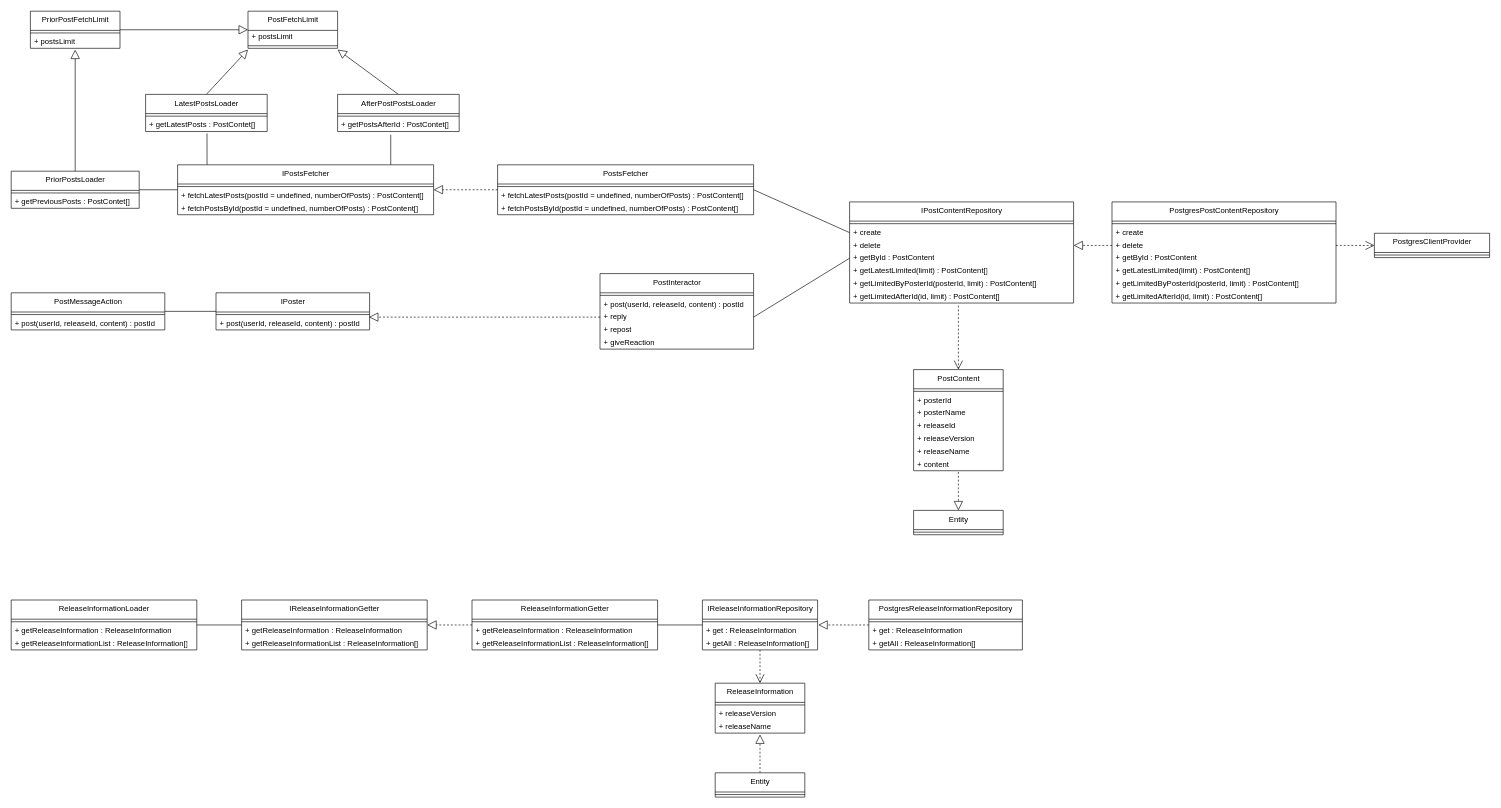
This is page "PostModule" (5 of 7) of project-designs/class-diagrams/ff14-sns.drawio from Mouwf/FF14SNS, a draw.io file, before an edit. Source tidied: cells renumbered, new cells numbered last; positions are measured from the earlier drawing's top-left corner, leaving out a move shared by most shapes. Both pictures are drawn from the tidied source at 64%, with x=0, y=0 at pixel (11, 11).
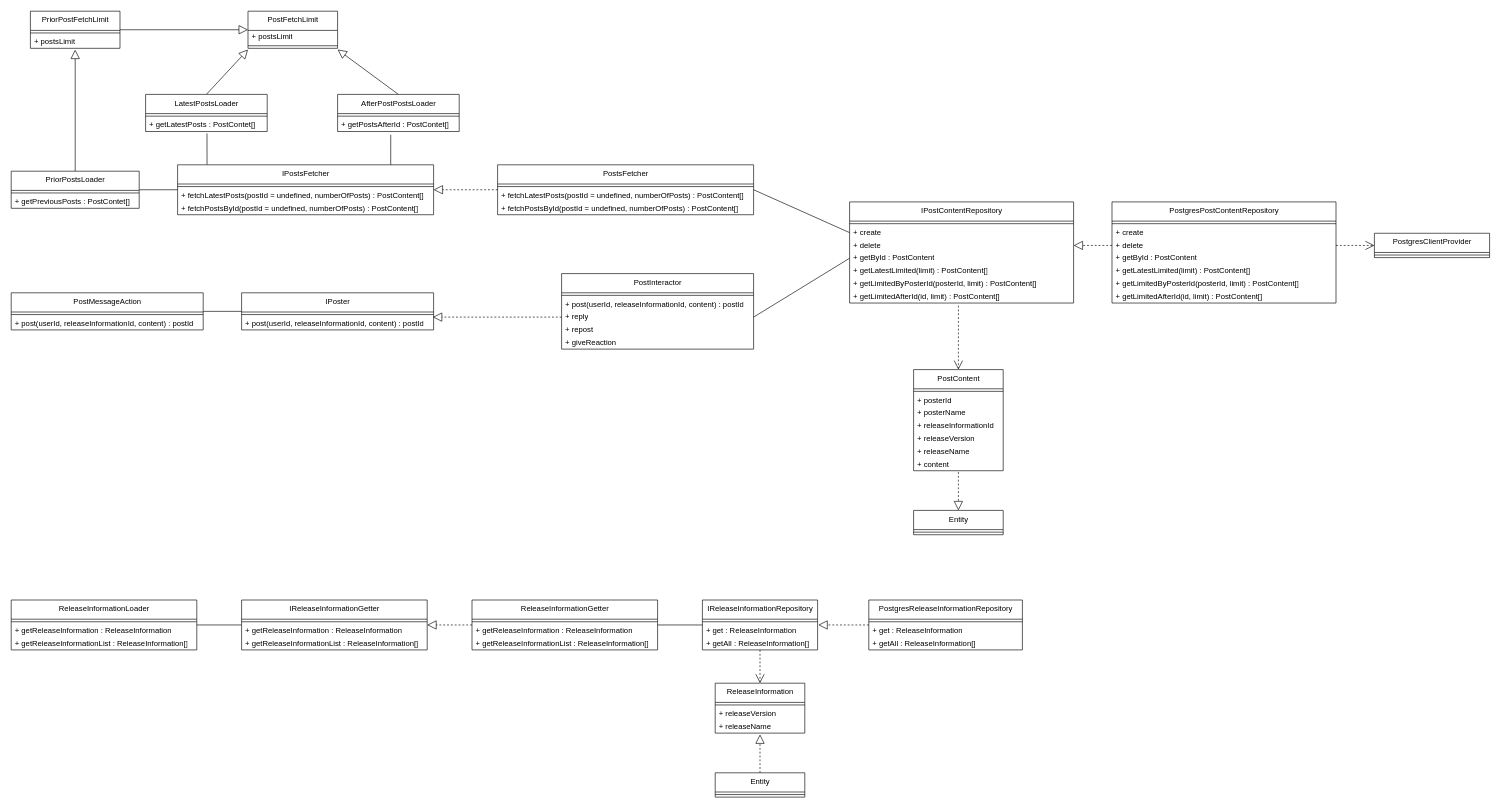
The same page after the edit.

Unchanged cells that the change refers to:
```xml
<mxCell id="31" value="PostContent" style="swimlane;fontStyle=0;align=center;verticalAlign=top;horizontal=1;startSize=30;html=1;" parent="1" vertex="1">
  <mxGeometry x="1410" y="560" width="140" height="158" as="geometry" />
</mxCell>
```

Diff of the diagram source:
```diff
@@
     <mxCell id="2" value="PostInteractor" style="swimlane;fontStyle=0;align=center;verticalAlign=top;horizontal=1;startSize=30;html=1;" parent="1" vertex="1">
-      <mxGeometry x="920" y="410" width="240" height="118" as="geometry" />
+      <mxGeometry x="860" y="410" width="300" height="118" as="geometry" />
     </mxCell>
     <mxCell id="3" style="line;strokeWidth=1;fillColor=none;align=left;verticalAlign=middle;spacingTop=-1;spacingLeft=3;spacingRight=3;labelPosition=right;" parent="2" vertex="1">
-      <mxGeometry y="30" width="240" height="8" as="geometry" />
+      <mxGeometry y="30" width="300" height="8" as="geometry" />
     </mxCell>
-    <mxCell id="4" value="+ post(userId, releaseId, content) : postId" style="text;html=1;strokeColor=none;fillColor=none;align=left;verticalAlign=middle;spacingLeft=4;spacingRight=4;overflow=hidden;" parent="2" vertex="1">
-      <mxGeometry y="38" width="240" height="20" as="geometry" />
+    <mxCell id="4" value="+ post(userId, releaseInformationId, content) : postId" style="text;html=1;strokeColor=none;fillColor=none;align=left;verticalAlign=middle;spacingLeft=4;spacingRight=4;overflow=hidden;" parent="2" vertex="1">
+      <mxGeometry y="38" width="300" height="20" as="geometry" />
     </mxCell>
     <mxCell id="5" value="+ reply" style="text;html=1;strokeColor=none;fillColor=none;align=left;verticalAlign=middle;spacingLeft=4;spacingRight=4;overflow=hidden;points=[[0,0.5],[1,0.5]];portConstraint=eastwest;" parent="2" vertex="1">
-      <mxGeometry y="58" width="240" height="20" as="geometry" />
+      <mxGeometry y="58" width="300" height="20" as="geometry" />
     </mxCell>
     <mxCell id="6" value="+ repost" style="text;html=1;strokeColor=none;fillColor=none;align=left;verticalAlign=middle;spacingLeft=4;spacingRight=4;overflow=hidden;" parent="2" vertex="1">
-      <mxGeometry y="78" width="240" height="20" as="geometry" />
+      <mxGeometry y="78" width="300" height="20" as="geometry" />
     </mxCell>
     <mxCell id="7" value="+ giveReaction" style="text;html=1;strokeColor=none;fillColor=none;align=left;verticalAlign=middle;spacingLeft=4;spacingRight=4;overflow=hidden;" parent="2" vertex="1">
-      <mxGeometry y="98" width="240" height="20" as="geometry" />
+      <mxGeometry y="98" width="300" height="20" as="geometry" />
     </mxCell>
@@
-    <mxCell id="35" value="+&amp;nbsp;releaseId" style="text;html=1;strokeColor=none;fillColor=none;align=left;verticalAlign=middle;spacingLeft=4;spacingRight=4;overflow=hidden;" parent="31" vertex="1">
+    <mxCell id="35" value="+ releaseInformationId" style="text;html=1;strokeColor=none;fillColor=none;align=left;verticalAlign=middle;spacingLeft=4;spacingRight=4;overflow=hidden;" parent="31" vertex="1">
       <mxGeometry y="78" width="140" height="20" as="geometry" />
     </mxCell>
@@
     <mxCell id="68" value="PostMessageAction" style="swimlane;fontStyle=0;align=center;verticalAlign=top;horizontal=1;startSize=30;html=1;" parent="1" vertex="1">
-      <mxGeometry y="440" width="240" height="58" as="geometry" />
+      <mxGeometry y="440" width="300" height="58" as="geometry" />
     </mxCell>
     <mxCell id="69" style="line;strokeWidth=1;fillColor=none;align=left;verticalAlign=middle;spacingTop=-1;spacingLeft=3;spacingRight=3;labelPosition=right;" parent="68" vertex="1">
-      <mxGeometry y="30" width="240" height="8" as="geometry" />
+      <mxGeometry y="30" width="300" height="8" as="geometry" />
     </mxCell>
-    <mxCell id="70" value="+ post(userId, releaseId, content) : postId" style="text;html=1;strokeColor=none;fillColor=none;align=left;verticalAlign=middle;spacingLeft=4;spacingRight=4;overflow=hidden;" parent="68" vertex="1">
-      <mxGeometry y="38" width="240" height="20" as="geometry" />
+    <mxCell id="70" value="+ post(userId, releaseInformationId, content) : postId" style="text;html=1;strokeColor=none;fillColor=none;align=left;verticalAlign=middle;spacingLeft=4;spacingRight=4;overflow=hidden;" parent="68" vertex="1">
+      <mxGeometry y="38" width="300" height="20" as="geometry" />
     </mxCell>
@@
     <mxCell id="86" value="IPoster" style="swimlane;fontStyle=0;align=center;verticalAlign=top;horizontal=1;startSize=30;html=1;" parent="1" vertex="1">
-      <mxGeometry x="320" y="440" width="240" height="58" as="geometry" />
+      <mxGeometry x="360" y="440" width="300" height="58" as="geometry" />
     </mxCell>
     <mxCell id="87" style="line;strokeWidth=1;fillColor=none;align=left;verticalAlign=middle;spacingTop=-1;spacingLeft=3;spacingRight=3;labelPosition=right;" parent="86" vertex="1">
-      <mxGeometry y="30" width="240" height="8" as="geometry" />
+      <mxGeometry y="30" width="300" height="8" as="geometry" />
     </mxCell>
-    <mxCell id="88" value="+ post(userId, releaseId, content) : postId" style="text;html=1;strokeColor=none;fillColor=none;align=left;verticalAlign=middle;spacingLeft=4;spacingRight=4;overflow=hidden;points=[[0,0.5],[1,0.5]];portConstraint=eastwest;" parent="86" vertex="1">
-      <mxGeometry y="38" width="240" height="20" as="geometry" />
+    <mxCell id="88" value="+ post(userId, releaseInformationId, content) : postId" style="text;html=1;strokeColor=none;fillColor=none;align=left;verticalAlign=middle;spacingLeft=4;spacingRight=4;overflow=hidden;points=[[0,0.5],[1,0.5]];portConstraint=eastwest;" parent="86" vertex="1">
+      <mxGeometry y="38" width="300" height="20" as="geometry" />
     </mxCell>
```
